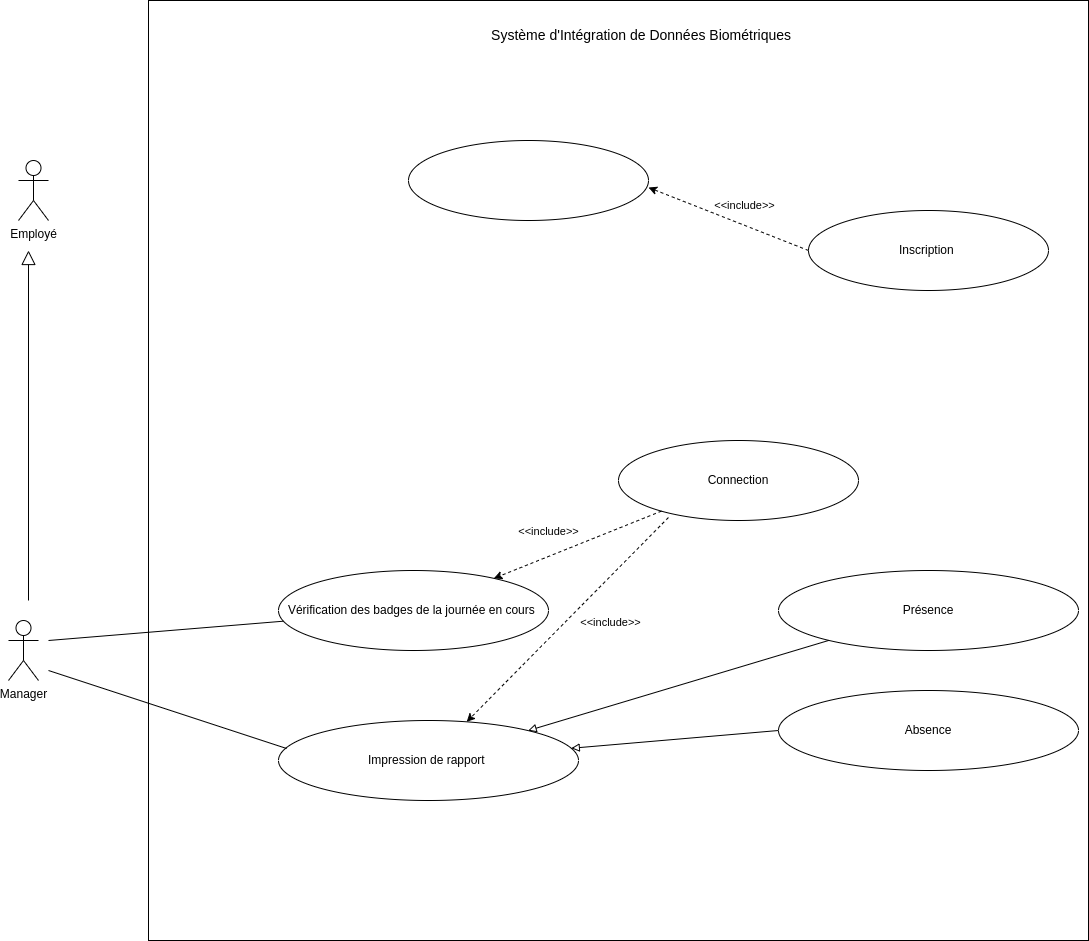
Above: static/Diagramme de cas d'utilisation.drawio.png in Siluearsene/borne_biometrique (draw.io), before the change. Source tidied: cells renumbered, new cells last; positions are measured from the earlier drawing's top-left corner, leaving out a move shared by most shapes.
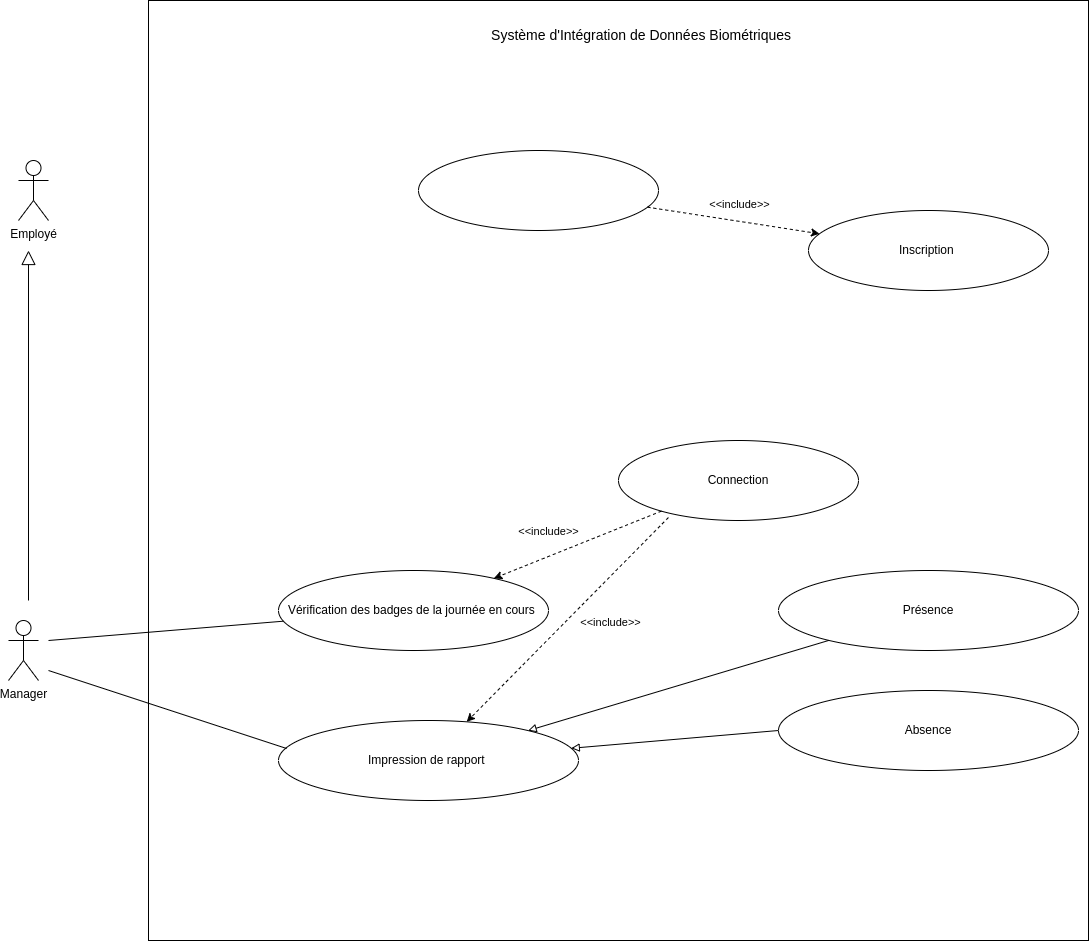
Later version of the same file.

Commit message:
Mettre à jour Diagramme de cas d'utilisation.drawio.png

Change to the diagram source:
```diff
@@ -21,7 +21,7 @@
       <mxGeometry x="400" y="20" width="470" height="30" as="geometry" />
     </mxCell>
     <mxCell id="7" style="ellipse;whiteSpace=wrap;html=1;" parent="1" vertex="1">
-      <mxGeometry x="400" y="140" width="240" height="80" as="geometry" />
+      <mxGeometry x="410" y="150" width="240" height="80" as="geometry" />
     </mxCell>
     <mxCell id="8" value="Connection" style="ellipse;whiteSpace=wrap;html=1;" parent="1" vertex="1">
       <mxGeometry x="610" y="440" width="240" height="80" as="geometry" />
@@ -73,12 +73,12 @@
         <mxPoint x="-37" y="-13" as="offset" />
       </mxGeometry>
     </mxCell>
-    <mxCell id="22" style="endArrow=classic;html=1;rounded=0;dashed=1;exitX=0;exitY=0.5;exitDx=0;exitDy=0;entryX=1;entryY=0.588;entryDx=0;entryDy=0;entryPerimeter=0;" parent="1" edge="1" source="19" target="7">
+    <mxCell id="22" style="endArrow=classic;html=1;rounded=0;dashed=1;" parent="1" edge="1" source="7" target="19">
       <mxGeometry relative="1" as="geometry" />
     </mxCell>
     <mxCell id="23" value="&lt;font style=&quot;font-size: 11px;&quot;&gt;&amp;lt;&amp;lt;include&amp;gt;&lt;/font&gt;&amp;gt;" style="edgeLabel;html=1;align=center;verticalAlign=middle;" parent="22" vertex="1">
       <mxGeometry x="-0.08" y="2" relative="1" as="geometry">
-        <mxPoint x="10" y="-18" as="offset" />
+        <mxPoint x="12" y="-13" as="offset" />
       </mxGeometry>
     </mxCell>
   </root>
```
